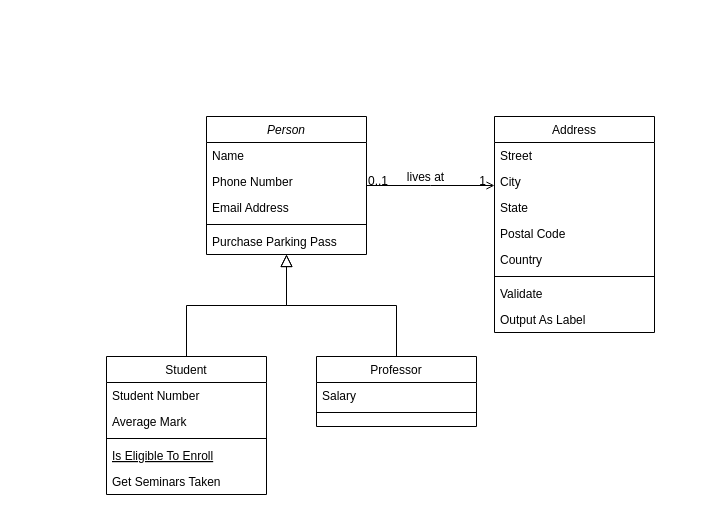
Before: Diagrama sin título.drawio in williansbriones/CalidadDeSoftware, a draw.io diagram. Source tidied: cells renumbered, new cells numbered last; positions are measured from the earlier drawing's top-left corner, leaving out a move shared by most shapes. Both pictures are drawn from the tidied source at 100%, with x=0, y=0 at pixel (106, 116).
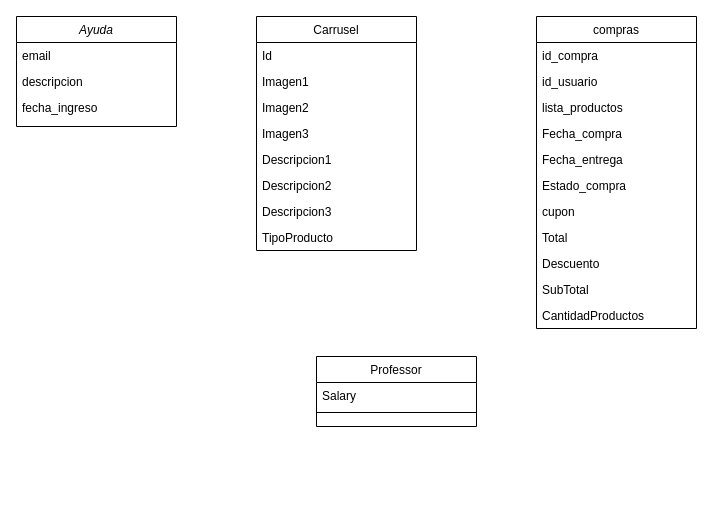
Above is the later version.

The change refers to these unchanged cells:
```xml
<mxCell id="15" value="Professor" style="swimlane;fontStyle=0;align=center;verticalAlign=top;horizontal=1;startSize=26;rounded=0;shadow=0;strokeWidth=1;" parent="1" vertex="1">
  <mxGeometry x="210" y="240" width="160" height="70" as="geometry" />
</mxCell>
```

Change to the diagram source:
```diff
@@
-    <mxCell id="2" value="Person" style="swimlane;fontStyle=2;align=center;verticalAlign=top;horizontal=1;startSize=26;rounded=0;shadow=0;strokeWidth=1;" parent="1" vertex="1">
-      <mxGeometry x="100" width="160" height="138" as="geometry" />
+    <mxCell id="2" value="Ayuda" style="swimlane;fontStyle=2;align=center;verticalAlign=top;horizontal=1;startSize=26;rounded=0;shadow=0;strokeWidth=1;" parent="1" vertex="1">
+      <mxGeometry x="-90" y="-100" width="160" height="110" as="geometry" />
     </mxCell>
-    <mxCell id="3" value="Name" style="text;align=left;verticalAlign=top;spacingLeft=4;spacingRight=4;overflow=hidden;" parent="2" vertex="1">
+    <mxCell id="3" value="email" style="text;align=left;verticalAlign=top;spacingLeft=4;spacingRight=4;overflow=hidden;" parent="2" vertex="1">
       <mxGeometry y="26" width="160" height="26" as="geometry" />
     </mxCell>
-    <mxCell id="4" value="Phone Number" style="text;align=left;verticalAlign=top;spacingLeft=4;spacingRight=4;overflow=hidden;rounded=0;shadow=0;html=0;" parent="2" vertex="1">
+    <mxCell id="4" value="descripcion" style="text;align=left;verticalAlign=top;spacingLeft=4;spacingRight=4;overflow=hidden;rounded=0;shadow=0;html=0;" parent="2" vertex="1">
       <mxGeometry y="52" width="160" height="26" as="geometry" />
     </mxCell>
-    <mxCell id="5" value="Email Address" style="text;align=left;verticalAlign=top;spacingLeft=4;spacingRight=4;overflow=hidden;rounded=0;shadow=0;html=0;" parent="2" vertex="1">
+    <mxCell id="5" value="fecha_ingreso" style="text;align=left;verticalAlign=top;spacingLeft=4;spacingRight=4;overflow=hidden;rounded=0;shadow=0;html=0;" parent="2" vertex="1">
       <mxGeometry y="78" width="160" height="26" as="geometry" />
     </mxCell>
-    <mxCell id="6" style="line;html=1;strokeWidth=1;align=left;verticalAlign=middle;spacingTop=-1;spacingLeft=3;spacingRight=3;labelPosition=right;" parent="2" vertex="1">
-      <mxGeometry y="104" width="160" height="8" as="geometry" />
-    </mxCell>
-    <mxCell id="7" value="Purchase Parking Pass" style="text;align=left;verticalAlign=top;spacingLeft=4;spacingRight=4;overflow=hidden;" parent="2" vertex="1">
-      <mxGeometry y="112" width="160" height="26" as="geometry" />
-    </mxCell>
-    <mxCell id="8" value="Student" style="swimlane;fontStyle=0;align=center;verticalAlign=top;horizontal=1;startSize=26;rounded=0;shadow=0;strokeWidth=1;" parent="1" vertex="1">
-      <mxGeometry y="240" width="160" height="138" as="geometry" />
+    <mxCell id="8" value="compras" style="swimlane;fontStyle=0;align=center;verticalAlign=top;horizontal=1;startSize=26;rounded=0;shadow=0;strokeWidth=1;" parent="1" vertex="1">
+      <mxGeometry x="430" y="-100" width="160" height="312" as="geometry" />
     </mxCell>
-    <mxCell id="9" value="Student Number" style="text;align=left;verticalAlign=top;spacingLeft=4;spacingRight=4;overflow=hidden;" parent="8" vertex="1">
+    <mxCell id="9" value="id_compra" style="text;align=left;verticalAlign=top;spacingLeft=4;spacingRight=4;overflow=hidden;" parent="8" vertex="1">
       <mxGeometry y="26" width="160" height="26" as="geometry" />
     </mxCell>
-    <mxCell id="10" value="Average Mark" style="text;align=left;verticalAlign=top;spacingLeft=4;spacingRight=4;overflow=hidden;rounded=0;shadow=0;html=0;" parent="8" vertex="1">
+    <mxCell id="10" value="id_usuario" style="text;align=left;verticalAlign=top;spacingLeft=4;spacingRight=4;overflow=hidden;rounded=0;shadow=0;html=0;" parent="8" vertex="1">
       <mxGeometry y="52" width="160" height="26" as="geometry" />
     </mxCell>
-    <mxCell id="11" style="line;html=1;strokeWidth=1;align=left;verticalAlign=middle;spacingTop=-1;spacingLeft=3;spacingRight=3;labelPosition=right;" parent="8" vertex="1">
-      <mxGeometry y="78" width="160" height="8" as="geometry" />
-    </mxCell>
-    <mxCell id="12" value="Is Eligible To Enroll" style="text;align=left;verticalAlign=top;spacingLeft=4;spacingRight=4;overflow=hidden;fontStyle=4;" parent="8" vertex="1">
-      <mxGeometry y="86" width="160" height="26" as="geometry" />
+    <mxCell id="12" value="lista_productos" style="text;align=left;verticalAlign=top;spacingLeft=4;spacingRight=4;overflow=hidden;fontStyle=0;" parent="8" vertex="1">
+      <mxGeometry y="78" width="160" height="26" as="geometry" />
     </mxCell>
-    <mxCell id="13" value="Get Seminars Taken" style="text;align=left;verticalAlign=top;spacingLeft=4;spacingRight=4;overflow=hidden;" parent="8" vertex="1">
-      <mxGeometry y="112" width="160" height="26" as="geometry" />
+    <mxCell id="13" value="Fecha_compra" style="text;align=left;verticalAlign=top;spacingLeft=4;spacingRight=4;overflow=hidden;" parent="8" vertex="1">
+      <mxGeometry y="104" width="160" height="26" as="geometry" />
     </mxCell>
-    <mxCell id="14" style="endArrow=block;endSize=10;endFill=0;shadow=0;strokeWidth=1;rounded=0;edgeStyle=elbowEdgeStyle;elbow=vertical;" parent="1" edge="1" source="8" target="2">
-      <mxGeometry relative="1" as="geometry" />
-    </mxCell>
+    <mxCell id="32" value="Fecha_entrega" style="text;align=left;verticalAlign=top;spacingLeft=4;spacingRight=4;overflow=hidden;" parent="8" vertex="1">
+      <mxGeometry y="130" width="160" height="26" as="geometry" />
+    </mxCell>
+    <mxCell id="33" value="Estado_compra" style="text;align=left;verticalAlign=top;spacingLeft=4;spacingRight=4;overflow=hidden;" parent="8" vertex="1">
+      <mxGeometry y="156" width="160" height="26" as="geometry" />
+    </mxCell>
+    <mxCell id="34" value="cupon" style="text;align=left;verticalAlign=top;spacingLeft=4;spacingRight=4;overflow=hidden;" parent="8" vertex="1">
+      <mxGeometry y="182" width="160" height="26" as="geometry" />
+    </mxCell>
+    <mxCell id="35" value="Total" style="text;align=left;verticalAlign=top;spacingLeft=4;spacingRight=4;overflow=hidden;" parent="8" vertex="1">
+      <mxGeometry y="208" width="160" height="26" as="geometry" />
+    </mxCell>
+    <mxCell id="36" value="Descuento" style="text;align=left;verticalAlign=top;spacingLeft=4;spacingRight=4;overflow=hidden;" parent="8" vertex="1">
+      <mxGeometry y="234" width="160" height="26" as="geometry" />
+    </mxCell>
+    <mxCell id="37" value="SubTotal" style="text;align=left;verticalAlign=top;spacingLeft=4;spacingRight=4;overflow=hidden;" parent="8" vertex="1">
+      <mxGeometry y="260" width="160" height="26" as="geometry" />
+    </mxCell>
+    <mxCell id="38" value="CantidadProductos" style="text;align=left;verticalAlign=top;spacingLeft=4;spacingRight=4;overflow=hidden;" parent="8" vertex="1">
+      <mxGeometry y="286" width="160" height="26" as="geometry" />
+    </mxCell>
@@
-    <mxCell id="18" style="endArrow=block;endSize=10;endFill=0;shadow=0;strokeWidth=1;rounded=0;edgeStyle=elbowEdgeStyle;elbow=vertical;" parent="1" edge="1" source="15" target="2">
-      <mxGeometry relative="1" as="geometry" />
-    </mxCell>
-    <mxCell id="19" value="Address" style="swimlane;fontStyle=0;align=center;verticalAlign=top;horizontal=1;startSize=26;rounded=0;shadow=0;strokeWidth=1;" parent="1" vertex="1">
-      <mxGeometry x="388" width="160" height="216" as="geometry" />
+    <mxCell id="19" value="Carrusel" style="swimlane;fontStyle=0;align=center;verticalAlign=top;horizontal=1;startSize=26;rounded=0;shadow=0;strokeWidth=1;" parent="1" vertex="1">
+      <mxGeometry x="150" y="-100" width="160" height="234" as="geometry" />
     </mxCell>
-    <mxCell id="20" value="Street" style="text;align=left;verticalAlign=top;spacingLeft=4;spacingRight=4;overflow=hidden;" parent="19" vertex="1">
+    <mxCell id="20" value="Id" style="text;align=left;verticalAlign=top;spacingLeft=4;spacingRight=4;overflow=hidden;" parent="19" vertex="1">
       <mxGeometry y="26" width="160" height="26" as="geometry" />
     </mxCell>
-    <mxCell id="21" value="City" style="text;align=left;verticalAlign=top;spacingLeft=4;spacingRight=4;overflow=hidden;rounded=0;shadow=0;html=0;" parent="19" vertex="1">
+    <mxCell id="21" value="Imagen1" style="text;align=left;verticalAlign=top;spacingLeft=4;spacingRight=4;overflow=hidden;rounded=0;shadow=0;html=0;" parent="19" vertex="1">
       <mxGeometry y="52" width="160" height="26" as="geometry" />
     </mxCell>
-    <mxCell id="22" value="State" style="text;align=left;verticalAlign=top;spacingLeft=4;spacingRight=4;overflow=hidden;rounded=0;shadow=0;html=0;" parent="19" vertex="1">
+    <mxCell id="22" value="Imagen2" style="text;align=left;verticalAlign=top;spacingLeft=4;spacingRight=4;overflow=hidden;rounded=0;shadow=0;html=0;" parent="19" vertex="1">
       <mxGeometry y="78" width="160" height="26" as="geometry" />
     </mxCell>
-    <mxCell id="23" value="Postal Code" style="text;align=left;verticalAlign=top;spacingLeft=4;spacingRight=4;overflow=hidden;rounded=0;shadow=0;html=0;" parent="19" vertex="1">
+    <mxCell id="23" value="Imagen3" style="text;align=left;verticalAlign=top;spacingLeft=4;spacingRight=4;overflow=hidden;rounded=0;shadow=0;html=0;" parent="19" vertex="1">
       <mxGeometry y="104" width="160" height="26" as="geometry" />
     </mxCell>
-    <mxCell id="24" value="Country" style="text;align=left;verticalAlign=top;spacingLeft=4;spacingRight=4;overflow=hidden;rounded=0;shadow=0;html=0;" parent="19" vertex="1">
+    <mxCell id="24" value="Descripcion1" style="text;align=left;verticalAlign=top;spacingLeft=4;spacingRight=4;overflow=hidden;rounded=0;shadow=0;html=0;" parent="19" vertex="1">
       <mxGeometry y="130" width="160" height="26" as="geometry" />
     </mxCell>
-    <mxCell id="25" style="line;html=1;strokeWidth=1;align=left;verticalAlign=middle;spacingTop=-1;spacingLeft=3;spacingRight=3;labelPosition=right;" parent="19" vertex="1">
-      <mxGeometry y="156" width="160" height="8" as="geometry" />
-    </mxCell>
-    <mxCell id="26" value="Validate" style="text;align=left;verticalAlign=top;spacingLeft=4;spacingRight=4;overflow=hidden;" parent="19" vertex="1">
-      <mxGeometry y="164" width="160" height="26" as="geometry" />
+    <mxCell id="26" value="Descripcion2" style="text;align=left;verticalAlign=top;spacingLeft=4;spacingRight=4;overflow=hidden;" parent="19" vertex="1">
+      <mxGeometry y="156" width="160" height="26" as="geometry" />
     </mxCell>
-    <mxCell id="27" value="Output As Label" style="text;align=left;verticalAlign=top;spacingLeft=4;spacingRight=4;overflow=hidden;" parent="19" vertex="1">
-      <mxGeometry y="190" width="160" height="26" as="geometry" />
+    <mxCell id="27" value="Descripcion3" style="text;align=left;verticalAlign=top;spacingLeft=4;spacingRight=4;overflow=hidden;" parent="19" vertex="1">
+      <mxGeometry y="182" width="160" height="26" as="geometry" />
     </mxCell>
-    <mxCell id="28" style="endArrow=open;shadow=0;strokeWidth=1;rounded=0;endFill=1;edgeStyle=elbowEdgeStyle;elbow=vertical;" parent="1" edge="1" source="2" target="19">
-      <mxGeometry x="0.5" y="41" relative="1" as="geometry">
-        <mxPoint x="-40" y="32" as="offset" />
-      </mxGeometry>
-    </mxCell>
-    <mxCell id="29" value="0..1" style="align=left;verticalAlign=bottom;labelBackgroundColor=none;fontSize=12;" parent="28" vertex="1">
-      <mxGeometry x="-1" relative="1" as="geometry">
-        <mxPoint y="4" as="offset" />
-      </mxGeometry>
-    </mxCell>
-    <mxCell id="30" value="1" style="align=right;verticalAlign=bottom;labelBackgroundColor=none;fontSize=12;" parent="28" vertex="1">
-      <mxGeometry x="1" relative="1" as="geometry">
-        <mxPoint x="-7" y="4" as="offset" />
-      </mxGeometry>
-    </mxCell>
-    <mxCell id="31" value="lives at" style="text;html=1;align=center;verticalAlign=middle;labelBackgroundColor=none;rounded=0;shadow=0;strokeWidth=1;fontSize=12;" parent="28" vertex="1">
-      <mxGeometry x="0.5" y="49" relative="1" as="geometry">
-        <mxPoint x="-38" y="40" as="offset" />
-      </mxGeometry>
-    </mxCell>
+    <mxCell id="39" value="TipoProducto" style="text;align=left;verticalAlign=top;spacingLeft=4;spacingRight=4;overflow=hidden;" parent="19" vertex="1">
+      <mxGeometry y="208" width="160" height="26" as="geometry" />
+    </mxCell>
```
